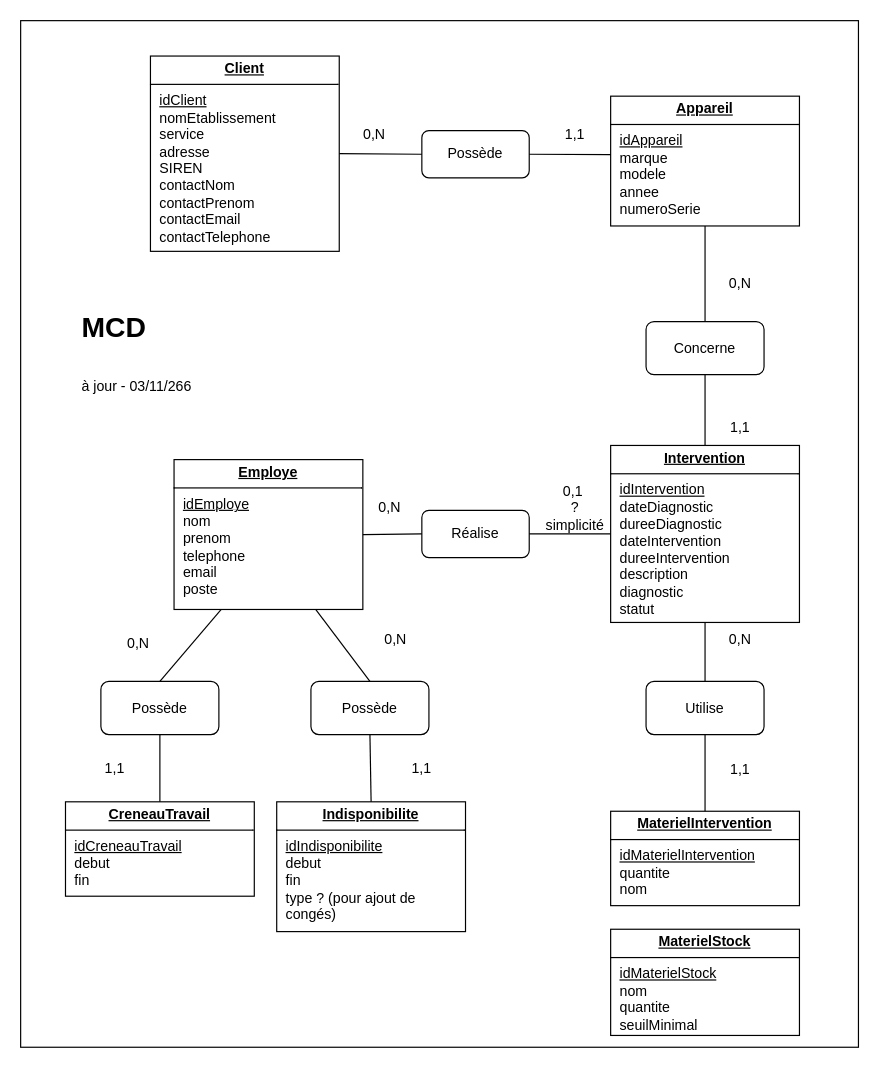
The draw.io diagram page "MCD" (1 of 4) of doc/conception/Merise - MeditechCare.drawio in ilanven/Meditech-Care, before the edit. Source tidied: cells renumbered, new cells numbered last; positions are measured from the earlier drawing's top-left corner, leaving out a move shared by most shapes. Both pictures are drawn from the tidied source at 118%, with x=0, y=0 at pixel (20, 20).
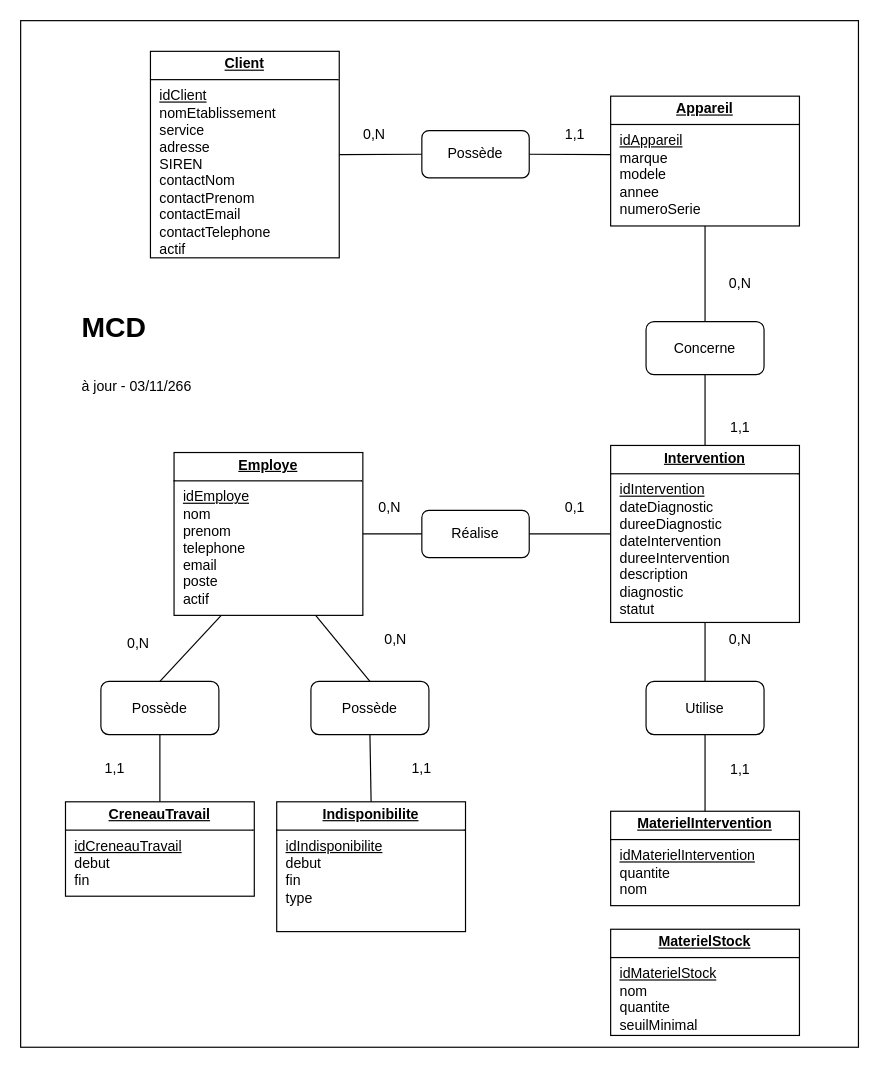
The same page after the edit.

Commit message:
MCD màj : ajout de l'attribut actif à employe et client

What changed in the source:
```diff
@@
-    <mxCell id="4" value="&lt;p style=&quot;margin:0px;margin-top:4px;text-align:center;text-decoration:underline;&quot;&gt;&lt;b&gt;Employe&lt;/b&gt;&lt;/p&gt;&lt;hr size=&quot;1&quot; style=&quot;border-style:solid;&quot;&gt;&lt;p style=&quot;margin:0px;margin-left:8px;&quot;&gt;&lt;u&gt;idEmploye&lt;/u&gt;&lt;/p&gt;&lt;p style=&quot;margin:0px;margin-left:8px;&quot;&gt;nom&lt;/p&gt;&lt;p style=&quot;margin:0px;margin-left:8px;&quot;&gt;prenom&lt;/p&gt;&lt;p style=&quot;margin:0px;margin-left:8px;&quot;&gt;telephone&lt;/p&gt;&lt;p style=&quot;margin:0px;margin-left:8px;&quot;&gt;email&lt;/p&gt;&lt;p style=&quot;margin:0px;margin-left:8px;&quot;&gt;&lt;span style=&quot;background-color: transparent; color: light-dark(#000000, var(--ge-light-color, #ffffff));&quot;&gt;poste&lt;/span&gt;&lt;/p&gt;" style="verticalAlign=top;align=left;overflow=fill;html=1;whiteSpace=wrap;" parent="1" vertex="1">
-      <mxGeometry x="130" y="372" width="160" height="127" as="geometry" />
+    <mxCell id="4" value="&lt;p style=&quot;margin:0px;margin-top:4px;text-align:center;text-decoration:underline;&quot;&gt;&lt;b&gt;Employe&lt;/b&gt;&lt;/p&gt;&lt;hr size=&quot;1&quot; style=&quot;border-style:solid;&quot;&gt;&lt;p style=&quot;margin:0px;margin-left:8px;&quot;&gt;&lt;u&gt;idEmploye&lt;/u&gt;&lt;/p&gt;&lt;p style=&quot;margin:0px;margin-left:8px;&quot;&gt;nom&lt;/p&gt;&lt;p style=&quot;margin:0px;margin-left:8px;&quot;&gt;prenom&lt;/p&gt;&lt;p style=&quot;margin:0px;margin-left:8px;&quot;&gt;telephone&lt;/p&gt;&lt;p style=&quot;margin:0px;margin-left:8px;&quot;&gt;email&lt;/p&gt;&lt;p style=&quot;margin:0px;margin-left:8px;&quot;&gt;&lt;span style=&quot;background-color: transparent; color: light-dark(#000000, var(--ge-light-color, #ffffff));&quot;&gt;poste&lt;/span&gt;&lt;/p&gt;&lt;p style=&quot;margin:0px;margin-left:8px;&quot;&gt;&lt;span style=&quot;background-color: transparent; color: light-dark(#000000, var(--ge-light-color, #ffffff));&quot;&gt;actif&lt;/span&gt;&lt;/p&gt;" style="verticalAlign=top;align=left;overflow=fill;html=1;whiteSpace=wrap;" parent="1" vertex="1">
+      <mxGeometry x="130" y="366" width="160" height="138" as="geometry" />
     </mxCell>
@@
-    <mxCell id="15" value="0,1&amp;nbsp;&lt;div&gt;? simplicité&lt;/div&gt;" style="text;html=1;whiteSpace=wrap;strokeColor=none;fillColor=none;align=center;verticalAlign=middle;rounded=0;" parent="1" vertex="1">
+    <mxCell id="15" value="0,1" style="text;html=1;whiteSpace=wrap;strokeColor=none;fillColor=none;align=center;verticalAlign=middle;rounded=0;" parent="1" vertex="1">
       <mxGeometry x="440" y="397.5" width="60" height="30" as="geometry" />
     </mxCell>
@@
-    <mxCell id="22" value="&lt;p style=&quot;margin:0px;margin-top:4px;text-align:center;text-decoration:underline;&quot;&gt;&lt;b&gt;Client&lt;/b&gt;&lt;/p&gt;&lt;hr size=&quot;1&quot; style=&quot;border-style:solid;&quot;&gt;&lt;p style=&quot;margin:0px;margin-left:8px;&quot;&gt;&lt;u&gt;idClient&lt;/u&gt;&lt;/p&gt;&lt;p style=&quot;margin:0px;margin-left:8px;&quot;&gt;nomEtablissement&lt;/p&gt;&lt;p style=&quot;margin:0px;margin-left:8px;&quot;&gt;service&lt;/p&gt;&lt;p style=&quot;margin:0px;margin-left:8px;&quot;&gt;adresse&lt;/p&gt;&lt;p style=&quot;margin:0px;margin-left:8px;&quot;&gt;SIREN&lt;/p&gt;&lt;p style=&quot;margin:0px;margin-left:8px;&quot;&gt;contactNom&lt;/p&gt;&lt;p style=&quot;margin:0px;margin-left:8px;&quot;&gt;contactPrenom&lt;/p&gt;&lt;p style=&quot;margin:0px;margin-left:8px;&quot;&gt;contactEmail&lt;/p&gt;&lt;p style=&quot;margin:0px;margin-left:8px;&quot;&gt;contactTelephone&lt;/p&gt;" style="verticalAlign=top;align=left;overflow=fill;html=1;whiteSpace=wrap;" parent="1" vertex="1">
-      <mxGeometry x="110" y="30" width="160" height="165.5" as="geometry" />
+    <mxCell id="22" value="&lt;p style=&quot;margin:0px;margin-top:4px;text-align:center;text-decoration:underline;&quot;&gt;&lt;b&gt;Client&lt;/b&gt;&lt;/p&gt;&lt;hr size=&quot;1&quot; style=&quot;border-style:solid;&quot;&gt;&lt;p style=&quot;margin:0px;margin-left:8px;&quot;&gt;&lt;u&gt;idClient&lt;/u&gt;&lt;/p&gt;&lt;p style=&quot;margin:0px;margin-left:8px;&quot;&gt;nomEtablissement&lt;/p&gt;&lt;p style=&quot;margin:0px;margin-left:8px;&quot;&gt;service&lt;/p&gt;&lt;p style=&quot;margin:0px;margin-left:8px;&quot;&gt;adresse&lt;/p&gt;&lt;p style=&quot;margin:0px;margin-left:8px;&quot;&gt;SIREN&lt;/p&gt;&lt;p style=&quot;margin:0px;margin-left:8px;&quot;&gt;contactNom&lt;/p&gt;&lt;p style=&quot;margin:0px;margin-left:8px;&quot;&gt;contactPrenom&lt;/p&gt;&lt;p style=&quot;margin:0px;margin-left:8px;&quot;&gt;contactEmail&lt;/p&gt;&lt;p style=&quot;margin:0px;margin-left:8px;&quot;&gt;contactTelephone&lt;/p&gt;&lt;p style=&quot;margin:0px;margin-left:8px;&quot;&gt;actif&lt;/p&gt;" style="verticalAlign=top;align=left;overflow=fill;html=1;whiteSpace=wrap;" parent="1" vertex="1">
+      <mxGeometry x="110" y="26" width="160" height="175" as="geometry" />
     </mxCell>
@@
-    <mxCell id="29" value="&lt;p style=&quot;margin:0px;margin-top:4px;text-align:center;text-decoration:underline;&quot;&gt;&lt;b&gt;Indisponibilite&lt;/b&gt;&lt;/p&gt;&lt;hr size=&quot;1&quot; style=&quot;border-style:solid;&quot;&gt;&lt;p style=&quot;margin:0px;margin-left:8px;&quot;&gt;&lt;u&gt;idIndisponibilite&lt;/u&gt;&lt;/p&gt;&lt;p style=&quot;margin:0px;margin-left:8px;&quot;&gt;debut&lt;/p&gt;&lt;p style=&quot;margin:0px;margin-left:8px;&quot;&gt;fin&lt;/p&gt;&lt;p style=&quot;margin:0px;margin-left:8px;&quot;&gt;type ? (pour ajout de congés)&lt;/p&gt;" style="verticalAlign=top;align=left;overflow=fill;html=1;whiteSpace=wrap;" parent="1" vertex="1">
+    <mxCell id="29" value="&lt;p style=&quot;margin:0px;margin-top:4px;text-align:center;text-decoration:underline;&quot;&gt;&lt;b&gt;Indisponibilite&lt;/b&gt;&lt;/p&gt;&lt;hr size=&quot;1&quot; style=&quot;border-style:solid;&quot;&gt;&lt;p style=&quot;margin:0px;margin-left:8px;&quot;&gt;&lt;u&gt;idIndisponibilite&lt;/u&gt;&lt;/p&gt;&lt;p style=&quot;margin:0px;margin-left:8px;&quot;&gt;debut&lt;/p&gt;&lt;p style=&quot;margin:0px;margin-left:8px;&quot;&gt;fin&lt;/p&gt;&lt;p style=&quot;margin:0px;margin-left:8px;&quot;&gt;type&lt;/p&gt;" style="verticalAlign=top;align=left;overflow=fill;html=1;whiteSpace=wrap;" parent="1" vertex="1">
       <mxGeometry x="217" y="662" width="160" height="110" as="geometry" />
     </mxCell>
```
